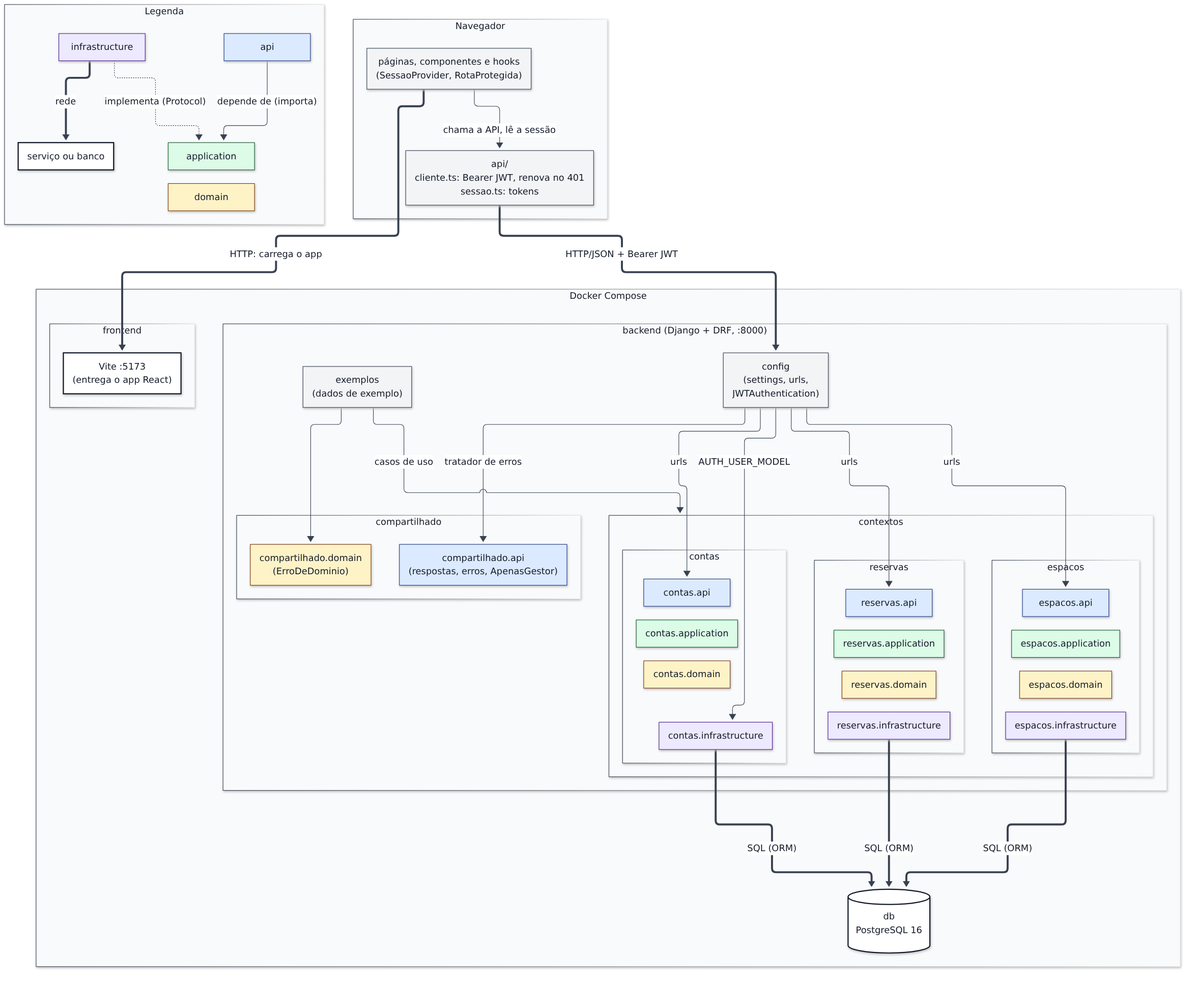
Above: docs/fontes/modelagem/visao-geral.png in maxzdosreis/PP_Grupo03_ConectaCampus (Mermaid), before the change. Its source is kept beside it as docs/fontes/modelagem/visao-geral.mmd.
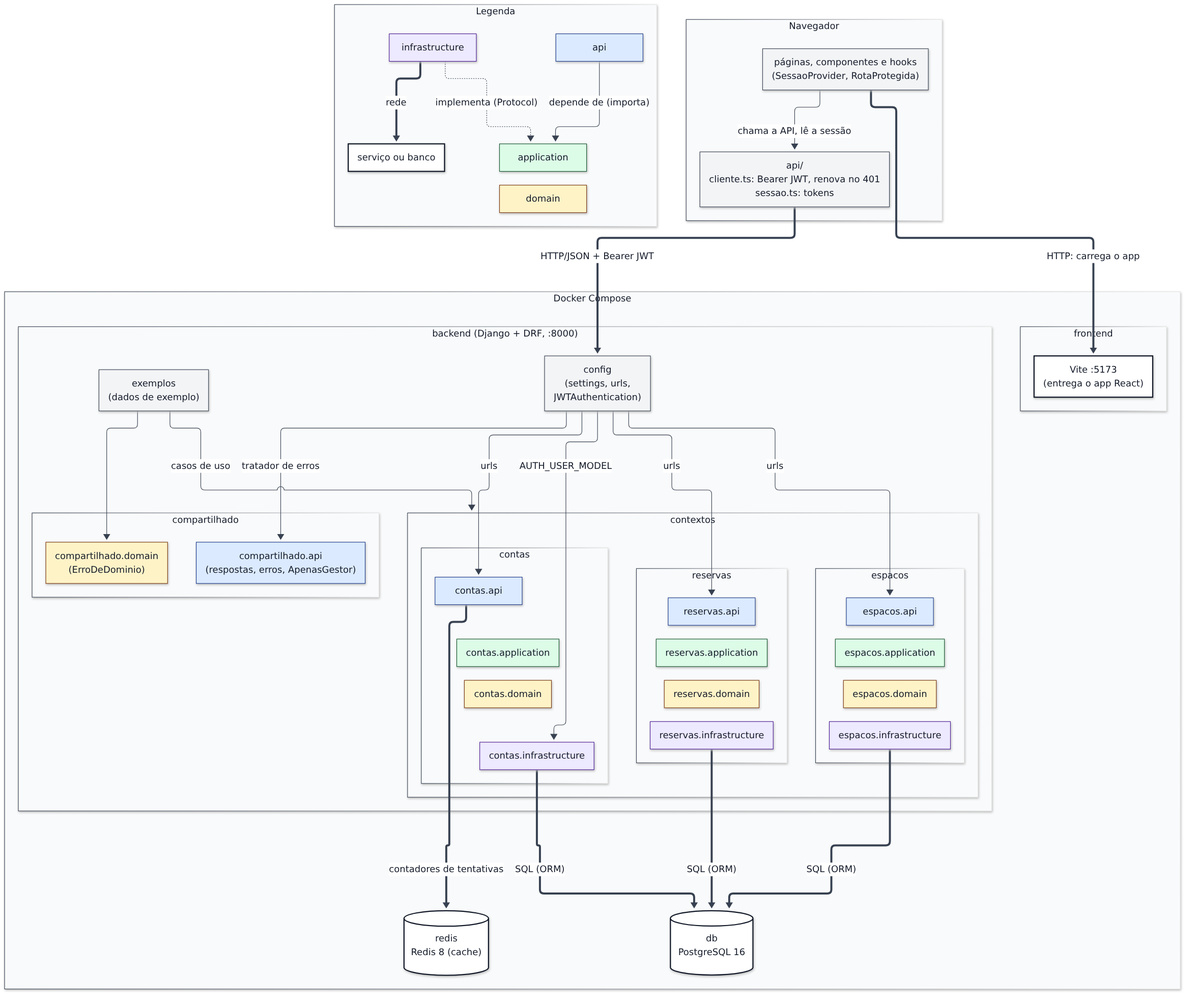
The same diagram one commit later.

Diff of the diagram source:
```diff
@@ -44,6 +44,7 @@
     end
 
     PG[("db<br/>PostgreSQL 16")]:::externo
+    REDIS[("redis<br/>Redis 8 (cache)")]:::externo
   end
 
   ESP_API ~~~ ESP_APP
@@ -71,6 +72,7 @@
   ESP_INFRA ==>|"SQL (ORM)"| PG
   RES_INFRA ==>|"SQL (ORM)"| PG
   CON_INFRA ==>|"SQL (ORM)"| PG
+  CON_API ==>|"contadores de tentativas"| REDIS
 
   subgraph LEGENDA["Legenda"]
     LEG_A["api"]:::api
```
